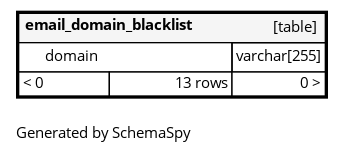
Earlier version of the Graphviz export diagrams/tables/email_domain_blacklist.1degree.png (FAForever/db). Its source is kept beside it as diagrams/tables/email_domain_blacklist.1degree.dot. Its diagram source:
```dot
digraph "oneDegreeRelationshipsDiagram" {
  graph [    rankdir="RL"    bgcolor="#ffffff"    label="\nGenerated by SchemaSpy"    labeljust="l"    nodesep="0.18"    ranksep="0.46"    fontname="Helvetica"    fontsize="11"    ration="compress"  ];  node [    fontname="Helvetica"    fontsize="11"    shape="plaintext"  ];  edge [    arrowsize="0.8"  ];
  "email_domain_blacklist" [
   label=<
    <TABLE BORDER="2" CELLBORDER="1" CELLSPACING="0" BGCOLOR="#ffffff">
      <TR><TD COLSPAN="4"  BGCOLOR="#f5f5f5"><TABLE BORDER="0" CELLSPACING="0"><TR><TD ALIGN="LEFT" FIXEDSIZE="TRUE" WIDTH="139" HEIGHT="16"><B>email_domain_blacklist</B></TD><TD ALIGN="RIGHT">[table]</TD></TR></TABLE></TD></TR>
      <TR><TD PORT="domain" COLSPAN="2" BGCOLOR="#ffffff" ALIGN="LEFT"><TABLE BORDER="0" CELLSPACING="0" ALIGN="LEFT"><TR ALIGN="LEFT"><TD ALIGN="LEFT" FIXEDSIZE="TRUE" WIDTH="15" HEIGHT="16"></TD><TD ALIGN="LEFT" FIXEDSIZE="TRUE" WIDTH="139" HEIGHT="16">domain</TD></TR></TABLE></TD><TD PORT="domain.type" ALIGN="LEFT">varchar[255]</TD></TR>
      <TR><TD ALIGN="LEFT" BGCOLOR="#ffffff">&lt; 0</TD><TD ALIGN="RIGHT" BGCOLOR="#ffffff">13 rows</TD><TD ALIGN="RIGHT" BGCOLOR="#ffffff">0 &gt;</TD></TR>
    </TABLE>>
    URL="email_domain_blacklist.html"
    target="_top"
    tooltip="email_domain_blacklist"
  ];
}
```
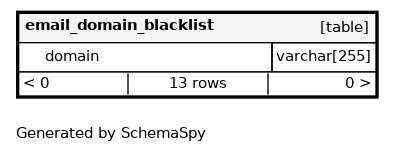
The same file after the commit.

Diff of the diagram source:
```diff
@@ -1,11 +1,11 @@
 digraph "oneDegreeRelationshipsDiagram" {
-  graph [    rankdir="RL"    bgcolor="#ffffff"    label="\nGenerated by SchemaSpy"    labeljust="l"    nodesep="0.18"    ranksep="0.46"    fontname="Helvetica"    fontsize="11"    ration="compress"  ];  node [    fontname="Helvetica"    fontsize="11"    shape="plaintext"  ];  edge [    arrowsize="0.8"  ];
+  graph [    rankdir="RL"    bgcolor="#ffffff"    label="\nGenerated by SchemaSpy"    labeljust="l"    nodesep="0.18"    ranksep="0.46"    fontname="Helvetica"    fontsize="11"    packmode="graph"  ];  node [    fontname="Helvetica"    fontsize="11"    shape="plaintext"  ];  edge [    arrowsize="0.8"  ];
   "email_domain_blacklist" [
    label=<
     <TABLE BORDER="2" CELLBORDER="1" CELLSPACING="0" BGCOLOR="#ffffff">
-      <TR><TD COLSPAN="4"  BGCOLOR="#f5f5f5"><TABLE BORDER="0" CELLSPACING="0"><TR><TD ALIGN="LEFT" FIXEDSIZE="TRUE" WIDTH="139" HEIGHT="16"><B>email_domain_blacklist</B></TD><TD ALIGN="RIGHT">[table]</TD></TR></TABLE></TD></TR>
-      <TR><TD PORT="domain" COLSPAN="2" BGCOLOR="#ffffff" ALIGN="LEFT"><TABLE BORDER="0" CELLSPACING="0" ALIGN="LEFT"><TR ALIGN="LEFT"><TD ALIGN="LEFT" FIXEDSIZE="TRUE" WIDTH="15" HEIGHT="16"></TD><TD ALIGN="LEFT" FIXEDSIZE="TRUE" WIDTH="139" HEIGHT="16">domain</TD></TR></TABLE></TD><TD PORT="domain.type" ALIGN="LEFT">varchar[255]</TD></TR>
-      <TR><TD ALIGN="LEFT" BGCOLOR="#ffffff">&lt; 0</TD><TD ALIGN="RIGHT" BGCOLOR="#ffffff">13 rows</TD><TD ALIGN="RIGHT" BGCOLOR="#ffffff">0 &gt;</TD></TR>
+      <TR><TD COLSPAN="4"  BGCOLOR="#f5f5f5"><TABLE BORDER="0" CELLSPACING="0"><TR><TD ALIGN="LEFT" FIXEDSIZE="TRUE" WIDTH="169" HEIGHT="16"><B>email_domain_blacklist</B></TD><TD ALIGN="RIGHT">[table]</TD></TR></TABLE></TD></TR>
+      <TR><TD PORT="domain" COLSPAN="2" BGCOLOR="#ffffff" ALIGN="LEFT"><TABLE BORDER="0" CELLSPACING="0" ALIGN="LEFT"><TR ALIGN="LEFT"><TD ALIGN="LEFT" FIXEDSIZE="TRUE" WIDTH="15" HEIGHT="16"></TD><TD ALIGN="LEFT" FIXEDSIZE="TRUE" WIDTH="169" HEIGHT="16">domain</TD></TR></TABLE></TD><TD PORT="domain.type" ALIGN="LEFT">varchar[255]</TD></TR>
+      <TR><TD ALIGN="LEFT" CELLPADDING="0" BGCOLOR="#ffffff" COLSPAN="4" ><TABLE BORDER="0" CELLBORDER="0" CELLSPACING="0"><TR><TD ALIGN="LEFT" BGCOLOR="#ffffff">&lt; 0</TD><VR/><TD ALIGN="CENTER" BGCOLOR="#ffffff">13 rows</TD><VR/><TD ALIGN="RIGHT" BGCOLOR="#ffffff">0 &gt;</TD></TR></TABLE></TD></TR>
     </TABLE>>
     URL="email_domain_blacklist.html"
     target="_top"
```
